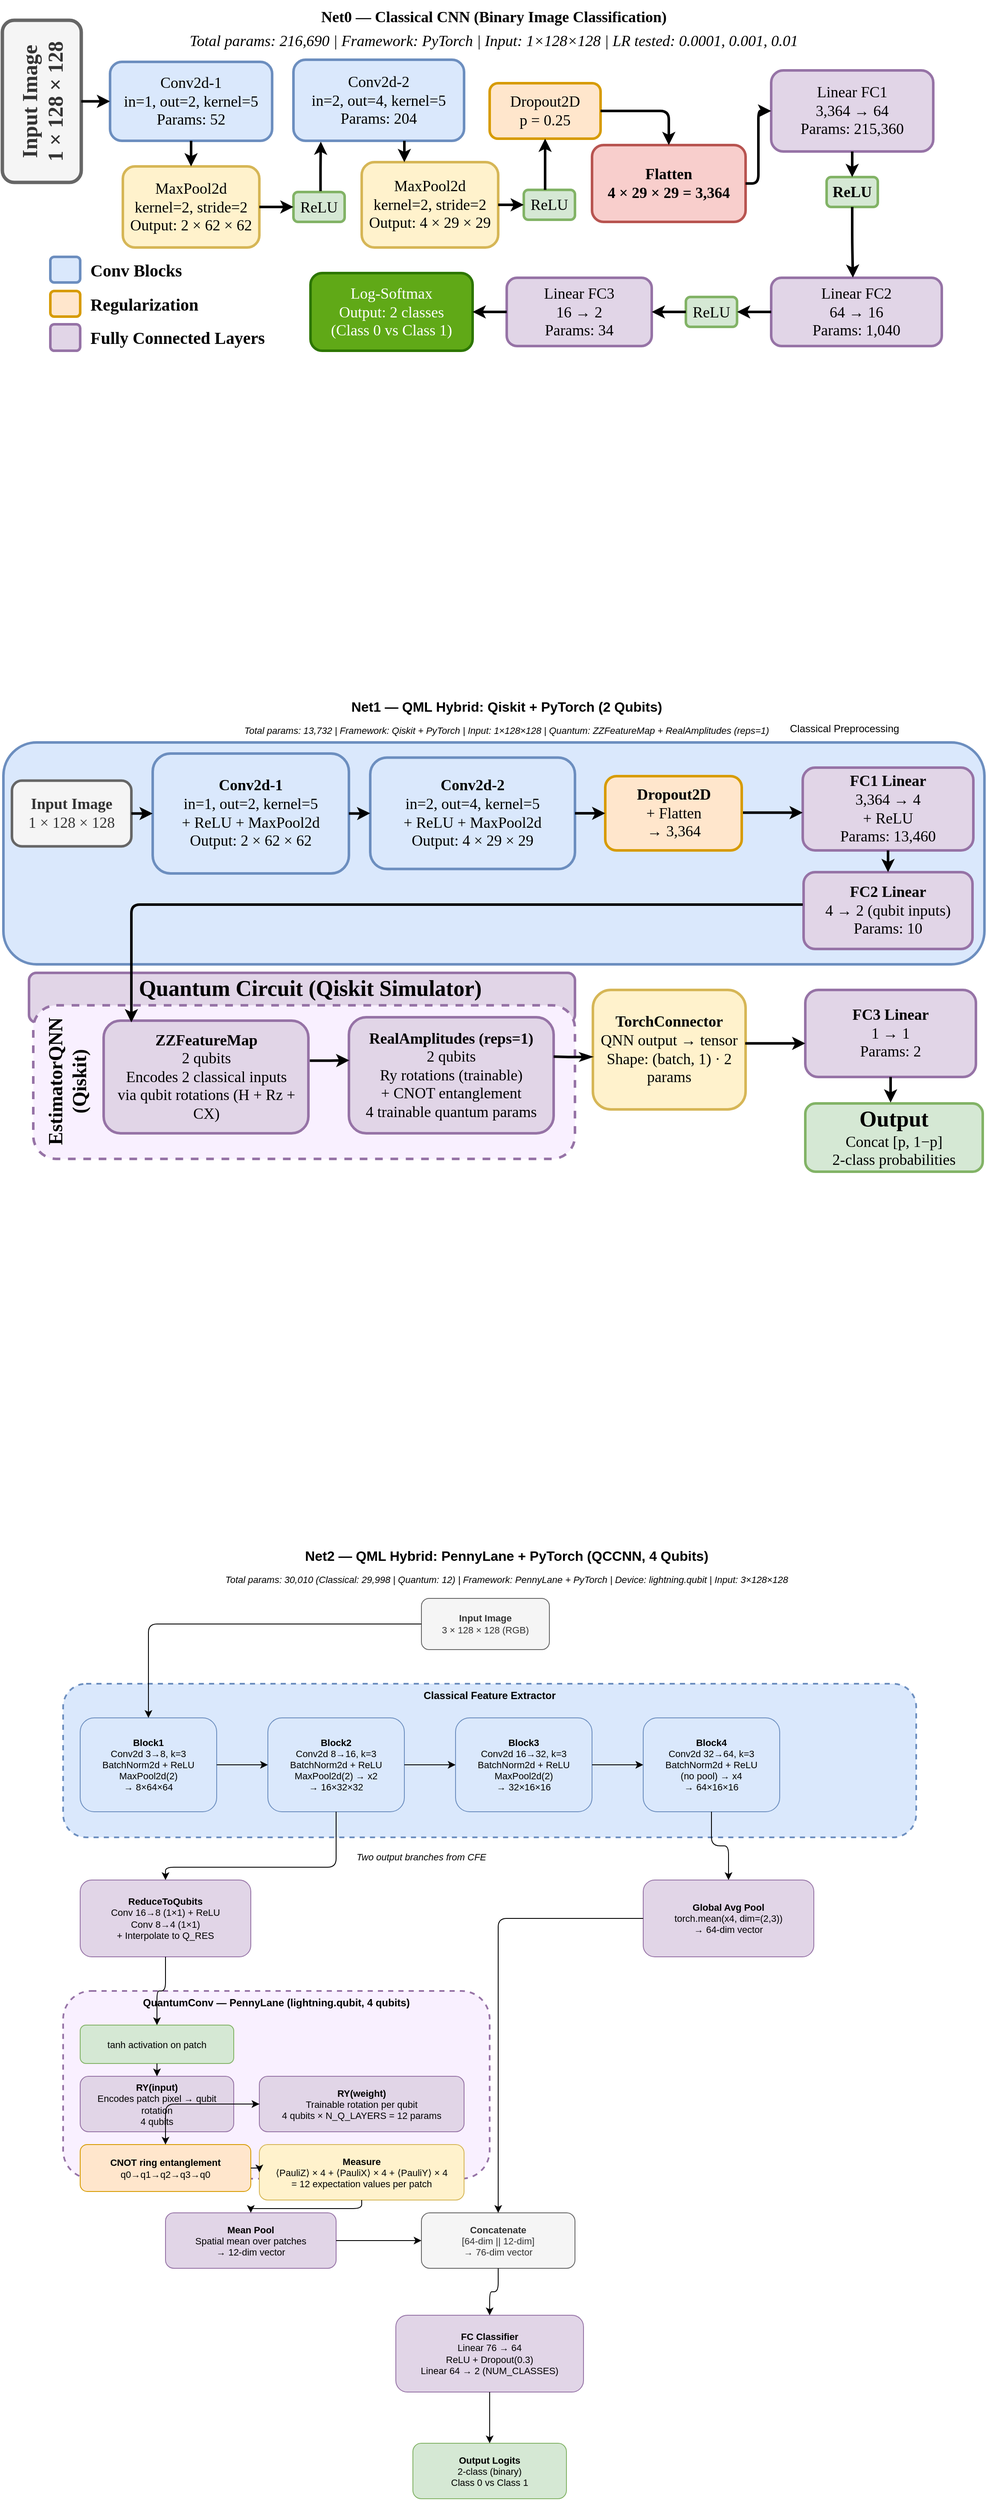
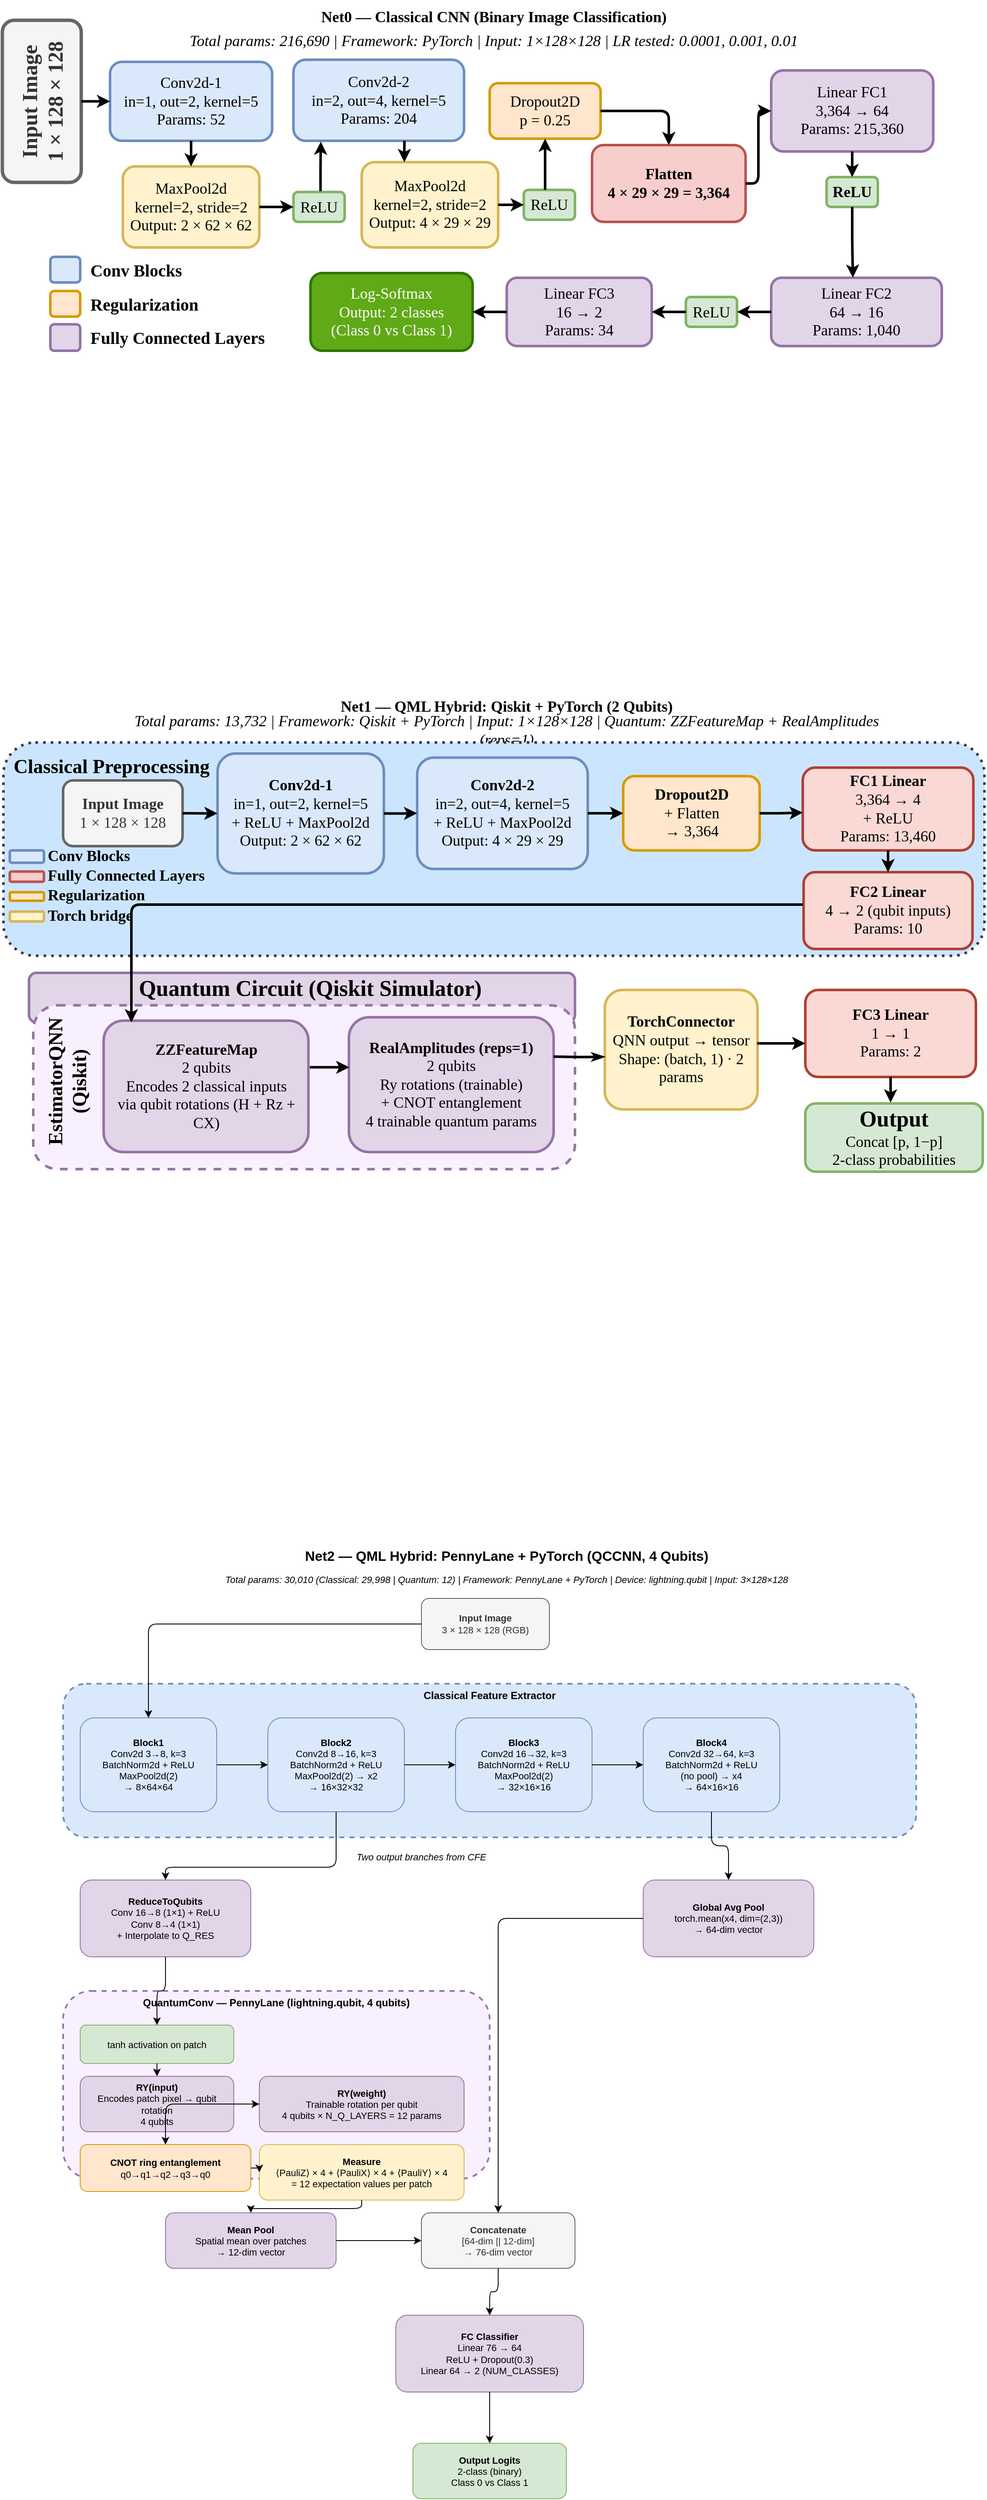
<mxfile host="app.diagrams.net">
  <diagram id="Iu372MJXseVnEshazjI8" name="Page-1">
-     <mxGraphModel dx="1295" dy="708" grid="1" gridSize="10" guides="1" tooltips="1" connect="1" arrows="1" fold="1" page="1" pageScale="1" pageWidth="1169" pageHeight="827" background="none" math="0" shadow="0">
+     <mxGraphModel dx="2105" dy="1150" grid="1" gridSize="10" guides="1" tooltips="1" connect="1" arrows="1" fold="1" page="1" pageScale="1" pageWidth="1169" pageHeight="827" background="none" math="0" shadow="0">
      <root>
        <mxCell id="0" />
        <mxCell id="1" parent="0" />
        <mxCell id="p0_title" parent="1" style="text;strokeColor=none;fillColor=none;align=center;verticalAlign=middle;whiteSpace=wrap;rounded=0;fontSize=18;fontStyle=1;fontFamily=Times New Roman;labelBackgroundColor=none;labelBorderColor=none;textShadow=0;" value="Net0 — Classical CNN (Binary Image Classification)" vertex="1">
          <mxGeometry height="40" width="600" x="285" y="20" as="geometry" />
        </mxCell>
        <mxCell id="p0_params" parent="1" style="text;strokeColor=none;fillColor=none;align=center;verticalAlign=middle;whiteSpace=wrap;rounded=0;fontSize=18;fontStyle=2;fontFamily=Times New Roman;labelBackgroundColor=none;labelBorderColor=none;textShadow=0;" value="Total params: 216,690 | Framework: PyTorch | Input: 1×128×128 | LR tested: 0.0001, 0.001, 0.01" vertex="1">
          <mxGeometry height="25" width="780" x="195" y="55" as="geometry" />
        </mxCell>
        <mxCell id="p0_input" parent="1" style="rounded=1;whiteSpace=wrap;fillColor=#f5f5f5;strokeColor=#666666;fontColor=#333333;fontSize=25;fontFamily=Times New Roman;labelBackgroundColor=none;labelBorderColor=none;textShadow=0;fontStyle=1;strokeWidth=4;rotation=-90;" value="Input Image&#xa;1 × 128 × 128" vertex="1">
          <mxGeometry height="92.5" width="190" x="-40" y="92.5" as="geometry" />
        </mxCell>
        <mxCell id="p0_conv1" parent="1" style="rounded=1;whiteSpace=wrap;fillColor=#dae8fc;strokeColor=#6c8ebf;fontSize=18;fontFamily=Times New Roman;labelBackgroundColor=none;labelBorderColor=none;textShadow=0;strokeWidth=3;" value="Conv2d-1&#xa;in=1, out=2, kernel=5&#xa;Params: 52" vertex="1">
          <mxGeometry height="92.5" width="190" x="135" y="92.5" as="geometry" />
        </mxCell>
        <mxCell id="p0_pool1" parent="1" style="rounded=1;whiteSpace=wrap;fillColor=#fff2cc;strokeColor=#d6b656;fontSize=18;fontFamily=Times New Roman;labelBackgroundColor=none;labelBorderColor=none;textShadow=0;strokeWidth=3;" value="MaxPool2d&#xa;kernel=2, stride=2&#xa;Output: 2 × 62 × 62" vertex="1">
          <mxGeometry height="95" width="160" x="150" y="215" as="geometry" />
        </mxCell>
        <mxCell id="p0_relu1" parent="1" style="rounded=1;whiteSpace=wrap;fillColor=#d5e8d4;strokeColor=#82b366;fontSize=18;fontFamily=Times New Roman;labelBackgroundColor=none;labelBorderColor=none;textShadow=0;strokeWidth=3;" value="ReLU" vertex="1">
          <mxGeometry height="35" width="60" x="350" y="245" as="geometry" />
        </mxCell>
        <mxCell id="p0_conv2" parent="1" style="rounded=1;whiteSpace=wrap;fillColor=#dae8fc;strokeColor=#6c8ebf;fontSize=18;fontFamily=Times New Roman;labelBackgroundColor=none;labelBorderColor=none;textShadow=0;strokeWidth=3;" value="Conv2d-2&#xa;in=2, out=4, kernel=5&#xa;Params: 204" vertex="1">
          <mxGeometry height="95" width="200" x="350" y="90" as="geometry" />
        </mxCell>
        <mxCell id="p0_pool2" parent="1" style="rounded=1;whiteSpace=wrap;fillColor=#fff2cc;strokeColor=#d6b656;fontSize=18;fontFamily=Times New Roman;labelBackgroundColor=none;labelBorderColor=none;textShadow=0;strokeWidth=3;" value="MaxPool2d&#xa;kernel=2, stride=2&#xa;Output: 4 × 29 × 29" vertex="1">
          <mxGeometry height="100" width="160" x="430" y="210" as="geometry" />
        </mxCell>
        <mxCell id="p0_relu2" parent="1" style="rounded=1;whiteSpace=wrap;fillColor=#d5e8d4;strokeColor=#82b366;fontSize=18;fontFamily=Times New Roman;labelBackgroundColor=none;labelBorderColor=none;textShadow=0;strokeWidth=3;" value="ReLU" vertex="1">
          <mxGeometry height="35" width="60" x="620" y="242.5" as="geometry" />
        </mxCell>
        <mxCell id="p0_dropout" parent="1" style="rounded=1;whiteSpace=wrap;fillColor=#ffe6cc;strokeColor=#d79b00;fontSize=18;fontFamily=Times New Roman;labelBackgroundColor=none;labelBorderColor=none;textShadow=0;strokeWidth=3;" value="Dropout2D&#xa;p = 0.25" vertex="1">
          <mxGeometry height="65" width="130" x="580" y="117.5" as="geometry" />
        </mxCell>
        <mxCell id="p0_flatten" parent="1" style="rounded=1;whiteSpace=wrap;fillColor=#f8cecc;strokeColor=#b85450;fontSize=18;fontFamily=Times New Roman;labelBackgroundColor=none;labelBorderColor=none;textShadow=0;fontStyle=1;strokeWidth=3;" value="Flatten&#xa;4 × 29 × 29 = 3,364" vertex="1">
          <mxGeometry height="90" width="180" x="700" y="190" as="geometry" />
        </mxCell>
        <mxCell id="p0_fc1" parent="1" style="rounded=1;whiteSpace=wrap;fillColor=#e1d5e7;strokeColor=#9673a6;fontSize=18;fontFamily=Times New Roman;labelBackgroundColor=none;labelBorderColor=none;textShadow=0;fontStyle=0;strokeWidth=3;" value="Linear FC1&#xa;3,364 → 64&#xa;Params: 215,360" vertex="1">
          <mxGeometry height="95" width="190" x="910" y="102.5" as="geometry" />
        </mxCell>
        <mxCell id="p0_relu_fc1" parent="1" style="rounded=1;whiteSpace=wrap;fillColor=#d5e8d4;strokeColor=#82b366;fontSize=18;fontFamily=Times New Roman;labelBackgroundColor=none;labelBorderColor=none;textShadow=0;fontStyle=1;strokeWidth=3;" value="ReLU" vertex="1">
          <mxGeometry height="35" width="60" x="975" y="227.5" as="geometry" />
        </mxCell>
        <mxCell id="p0_fc2" parent="1" style="rounded=1;whiteSpace=wrap;fillColor=#e1d5e7;strokeColor=#9673a6;fontSize=18;fontFamily=Times New Roman;labelBackgroundColor=none;labelBorderColor=none;textShadow=0;strokeWidth=3;" value="Linear FC2&#xa;64 → 16&#xa;Params: 1,040" vertex="1">
          <mxGeometry height="80" width="200" x="910" y="345.5" as="geometry" />
        </mxCell>
        <mxCell id="p0_relu_fc2" parent="1" style="rounded=1;whiteSpace=wrap;fillColor=#d5e8d4;strokeColor=#82b366;fontSize=18;fontFamily=Times New Roman;labelBackgroundColor=none;labelBorderColor=none;textShadow=0;strokeWidth=3;" value="ReLU" vertex="1">
          <mxGeometry height="35" width="60" x="810" y="368" as="geometry" />
        </mxCell>
        <mxCell id="p0_fc3" parent="1" style="rounded=1;whiteSpace=wrap;fillColor=#e1d5e7;strokeColor=#9673a6;fontSize=18;fontFamily=Times New Roman;labelBackgroundColor=none;labelBorderColor=none;textShadow=0;strokeWidth=3;fontStyle=0" value="Linear FC3&#xa;16 → 2&#xa;Params: 34" vertex="1">
          <mxGeometry height="80" width="170" x="600" y="345.5" as="geometry" />
        </mxCell>
        <mxCell id="p0_output" parent="1" style="rounded=1;whiteSpace=wrap;fontSize=18;fillColor=#60a917;fontColor=#ffffff;strokeColor=#2D7600;fontFamily=Times New Roman;labelBackgroundColor=none;labelBorderColor=none;textShadow=0;strokeWidth=3;" value="Log-Softmax&#xa;Output: 2 classes&#xa;(Class 0 vs Class 1)" vertex="1">
          <mxGeometry height="91" width="190" x="370" y="340" as="geometry" />
        </mxCell>
        <mxCell id="e0_1" edge="1" parent="1" source="p0_input" style="edgeStyle=orthogonalEdgeStyle;fontFamily=Times New Roman;fontSize=18;labelBackgroundColor=none;labelBorderColor=none;textShadow=0;strokeWidth=3;" target="p0_conv1" value="">
          <mxGeometry relative="1" as="geometry" />
        </mxCell>
        <mxCell id="e0_2" edge="1" parent="1" source="p0_conv1" style="edgeStyle=orthogonalEdgeStyle;fontFamily=Times New Roman;fontSize=18;labelBackgroundColor=none;labelBorderColor=none;textShadow=0;strokeWidth=3;" target="p0_pool1" value="">
          <mxGeometry relative="1" as="geometry" />
        </mxCell>
        <mxCell id="e0_3" edge="1" parent="1" source="p0_pool1" style="edgeStyle=orthogonalEdgeStyle;fontFamily=Times New Roman;fontSize=18;labelBackgroundColor=none;labelBorderColor=none;textShadow=0;strokeWidth=3;" target="p0_relu1" value="">
          <mxGeometry relative="1" as="geometry" />
        </mxCell>
        <mxCell id="e0_4" edge="1" parent="1" source="p0_relu1" style="edgeStyle=orthogonalEdgeStyle;entryX=0.138;entryY=0.971;entryDx=0;entryDy=0;entryPerimeter=0;fontFamily=Times New Roman;fontSize=18;labelBackgroundColor=none;labelBorderColor=none;textShadow=0;strokeWidth=3;exitX=0.529;exitY=-0.029;exitDx=0;exitDy=0;exitPerimeter=0;" value="">
          <mxGeometry relative="1" as="geometry">
            <mxPoint x="382" y="233" as="sourcePoint" />
            <mxPoint x="382.0799999999999" y="185.97000000000003" as="targetPoint" />
          </mxGeometry>
        </mxCell>
        <mxCell id="e0_5" edge="1" parent="1" source="p0_conv2" style="edgeStyle=orthogonalEdgeStyle;fontFamily=Times New Roman;fontSize=18;labelBackgroundColor=none;labelBorderColor=none;textShadow=0;strokeWidth=3;" target="p0_pool2" value="">
          <mxGeometry relative="1" as="geometry">
            <Array as="points">
              <mxPoint x="480" y="200" />
              <mxPoint x="480" y="200" />
            </Array>
          </mxGeometry>
        </mxCell>
        <mxCell id="e0_6" edge="1" parent="1" source="p0_pool2" style="edgeStyle=orthogonalEdgeStyle;fontFamily=Times New Roman;fontSize=18;labelBackgroundColor=none;labelBorderColor=none;textShadow=0;strokeWidth=3;" target="p0_relu2" value="">
          <mxGeometry relative="1" as="geometry" />
        </mxCell>
        <mxCell id="e0_7" edge="1" parent="1" source="p0_relu2" style="edgeStyle=orthogonalEdgeStyle;fontFamily=Times New Roman;fontSize=18;labelBackgroundColor=none;labelBorderColor=none;textShadow=0;strokeWidth=3;" target="p0_dropout" value="">
          <mxGeometry relative="1" as="geometry">
            <Array as="points">
              <mxPoint x="645" y="210" />
              <mxPoint x="645" y="210" />
            </Array>
          </mxGeometry>
        </mxCell>
        <mxCell id="e0_8" edge="1" parent="1" source="p0_dropout" style="edgeStyle=orthogonalEdgeStyle;fontFamily=Times New Roman;fontSize=18;labelBackgroundColor=none;labelBorderColor=none;textShadow=0;exitX=1;exitY=0.5;exitDx=0;exitDy=0;strokeWidth=3;" target="p0_flatten" value="">
          <mxGeometry relative="1" as="geometry" />
        </mxCell>
        <mxCell id="e0_9" edge="1" parent="1" source="p0_flatten" style="edgeStyle=orthogonalEdgeStyle;entryX=0;entryY=0.5;entryDx=0;entryDy=0;fontFamily=Times New Roman;fontSize=18;labelBackgroundColor=none;labelBorderColor=none;textShadow=0;strokeWidth=3;" target="p0_fc1" value="">
          <mxGeometry relative="1" as="geometry" />
        </mxCell>
        <mxCell id="e0_10" edge="1" parent="1" source="p0_fc1" style="edgeStyle=orthogonalEdgeStyle;fontFamily=Times New Roman;fontSize=18;labelBackgroundColor=none;labelBorderColor=none;textShadow=0;strokeWidth=3;" target="p0_relu_fc1" value="">
          <mxGeometry relative="1" as="geometry" />
        </mxCell>
        <mxCell id="e0_11" edge="1" parent="1" source="p0_relu_fc1" style="edgeStyle=orthogonalEdgeStyle;fontFamily=Times New Roman;fontSize=18;labelBackgroundColor=none;labelBorderColor=none;textShadow=0;entryX=0.479;entryY=-0.001;entryDx=0;entryDy=0;entryPerimeter=0;strokeWidth=3;" target="p0_fc2" value="">
          <mxGeometry relative="1" as="geometry" />
        </mxCell>
        <mxCell id="e0_12" edge="1" parent="1" source="p0_fc2" style="edgeStyle=orthogonalEdgeStyle;fontFamily=Times New Roman;fontSize=18;labelBackgroundColor=none;labelBorderColor=none;textShadow=0;strokeWidth=3;" target="p0_relu_fc2" value="">
          <mxGeometry relative="1" as="geometry" />
        </mxCell>
        <mxCell id="e0_13" edge="1" parent="1" source="p0_relu_fc2" style="edgeStyle=orthogonalEdgeStyle;fontFamily=Times New Roman;fontSize=18;labelBackgroundColor=none;labelBorderColor=none;textShadow=0;strokeWidth=3;" target="p0_fc3" value="">
          <mxGeometry relative="1" as="geometry" />
        </mxCell>
        <mxCell id="e0_14" edge="1" parent="1" source="p0_fc3" style="edgeStyle=orthogonalEdgeStyle;fontFamily=Times New Roman;fontSize=18;labelBackgroundColor=none;labelBorderColor=none;textShadow=0;strokeWidth=3;" target="p0_output" value="">
          <mxGeometry relative="1" as="geometry" />
        </mxCell>
-         <mxCell id="p1_title" parent="1" style="text;html=1;strokeColor=none;fillColor=none;align=center;verticalAlign=middle;whiteSpace=wrap;rounded=0;fontSize=16;fontStyle=1;" value="Net1 — QML Hybrid: Qiskit + PyTorch (2 Qubits)" vertex="1">
+         <mxCell id="p1_title" parent="1" style="text;html=1;strokeColor=none;fillColor=none;align=center;verticalAlign=middle;whiteSpace=wrap;rounded=0;fontSize=18;fontStyle=1;fontFamily=Times New Roman;" value="Net1 — QML Hybrid: Qiskit + PyTorch (2 Qubits)" vertex="1">
          <mxGeometry height="40" width="600" x="300" y="828" as="geometry" />
        </mxCell>
-         <mxCell id="p1_params" parent="1" style="text;html=1;strokeColor=none;fillColor=none;align=center;verticalAlign=middle;whiteSpace=wrap;rounded=0;fontSize=11;fontStyle=2;" value="Total params: 13,732 | Framework: Qiskit + PyTorch | Input: 1×128×128 | Quantum: ZZFeatureMap + RealAmplitudes (reps=1)" vertex="1">
+         <mxCell id="p1_params" parent="1" style="text;html=1;strokeColor=none;fillColor=none;align=center;verticalAlign=middle;whiteSpace=wrap;rounded=0;fontSize=18;fontStyle=2;fontFamily=Times New Roman;" value="Total params: 13,732 | Framework: Qiskit + PyTorch | Input: 1×128×128 | Quantum: ZZFeatureMap + RealAmplitudes (reps=1)" vertex="1">
          <mxGeometry height="25" width="900" x="150" y="863" as="geometry" />
        </mxCell>
-         <mxCell id="p1_sec_classical" parent="1" style="text;html=1;strokeColor=#6c8ebf;fillColor=#dae8fc;align=center;verticalAlign=middle;whiteSpace=wrap;rounded=1;fontSize=18;fontStyle=1;fontFamily=Times New Roman;strokeWidth=3;" value="&lt;div&gt;&lt;br&gt;&lt;/div&gt;&lt;div&gt;&lt;br&gt;&lt;/div&gt;&lt;div&gt;&lt;br&gt;&lt;/div&gt;&lt;div&gt;&lt;br&gt;&lt;/div&gt;&lt;div&gt;&lt;br&gt;&lt;/div&gt;&lt;div&gt;&lt;br&gt;&lt;/div&gt;&lt;div&gt;&lt;br&gt;&lt;/div&gt;&lt;div&gt;&lt;br&gt;&lt;/div&gt;&lt;div&gt;&lt;br&gt;&lt;/div&gt;&lt;div&gt;&lt;br&gt;&lt;/div&gt;&lt;div&gt;&lt;br&gt;&lt;/div&gt;" vertex="1">
-           <mxGeometry height="260" width="1150" x="10" y="890" as="geometry" />
+         <mxCell id="p1_sec_classical" parent="1" style="text;html=1;strokeColor=#36393d;fillColor=#cce5ff;align=center;verticalAlign=middle;whiteSpace=wrap;rounded=1;fontSize=18;fontStyle=1;fontFamily=Times New Roman;strokeWidth=3;dashed=1;dashPattern=1 2;" value="&lt;div&gt;&lt;br&gt;&lt;/div&gt;&lt;div&gt;&lt;br&gt;&lt;/div&gt;&lt;div&gt;&lt;br&gt;&lt;/div&gt;&lt;div&gt;&lt;br&gt;&lt;/div&gt;&lt;div&gt;&lt;br&gt;&lt;/div&gt;&lt;div&gt;&lt;br&gt;&lt;/div&gt;&lt;div&gt;&lt;br&gt;&lt;/div&gt;&lt;div&gt;&lt;br&gt;&lt;/div&gt;&lt;div&gt;&lt;br&gt;&lt;/div&gt;&lt;div&gt;&lt;br&gt;&lt;/div&gt;&lt;div&gt;&lt;br&gt;&lt;/div&gt;" vertex="1">
+           <mxGeometry height="250" width="1150" x="10" y="890" as="geometry" />
        </mxCell>
        <mxCell id="p1_input" parent="1" style="rounded=1;whiteSpace=wrap;html=1;fillColor=#f5f5f5;strokeColor=#666666;fontColor=#333333;fontSize=18;fontFamily=Times New Roman;strokeWidth=3;" value="&lt;b&gt;Input Image&lt;/b&gt;&lt;br&gt;1 × 128 × 128" vertex="1">
-           <mxGeometry height="77" width="140" x="20" y="934.75" as="geometry" />
+           <mxGeometry height="77" width="140" x="80" y="934.5" as="geometry" />
        </mxCell>
        <mxCell id="p1_conv1" parent="1" style="rounded=1;whiteSpace=wrap;html=1;fillColor=#dae8fc;strokeColor=#6c8ebf;fontSize=18;fontFamily=Times New Roman;strokeWidth=3;" value="&lt;b&gt;Conv2d-1&lt;/b&gt;&lt;br&gt;in=1, out=2, kernel=5&lt;br&gt;+ ReLU + MaxPool2d&lt;br&gt;Output: 2 × 62 × 62" vertex="1">
-           <mxGeometry height="140.5" width="230" x="185" y="903" as="geometry" />
+           <mxGeometry height="140.5" width="195" x="261" y="903" as="geometry" />
        </mxCell>
        <mxCell id="p1_conv2" parent="1" style="rounded=1;whiteSpace=wrap;html=1;fillColor=#dae8fc;strokeColor=#6c8ebf;fontSize=18;fontFamily=Times New Roman;strokeWidth=3;" value="&lt;b&gt;Conv2d-2&lt;/b&gt;&lt;br&gt;in=2, out=4, kernel=5&lt;br&gt;+ ReLU + MaxPool2d&lt;br&gt;Output: 4 × 29 × 29" vertex="1">
-           <mxGeometry height="130.5" width="240" x="440" y="907.75" as="geometry" />
+           <mxGeometry height="130.5" width="200" x="495" y="907.75" as="geometry" />
        </mxCell>
        <mxCell id="p1_dropout" parent="1" style="rounded=1;whiteSpace=wrap;html=1;fillColor=#ffe6cc;strokeColor=#d79b00;fontSize=18;fontFamily=Times New Roman;strokeWidth=3;" value="&lt;b&gt;Dropout2D&lt;/b&gt;&lt;br&gt;+ Flatten&lt;br&gt;→ 3,364" vertex="1">
-           <mxGeometry height="87" width="160" x="715.5" y="929.5" as="geometry" />
-         </mxCell>
-         <mxCell id="p1_fc1" parent="1" style="rounded=1;whiteSpace=wrap;html=1;fillColor=#e1d5e7;strokeColor=#9673a6;fontSize=18;fontFamily=Times New Roman;strokeWidth=3;" value="&lt;b&gt;FC1 Linear&lt;/b&gt;&lt;br&gt;3,364 → 4&lt;br&gt;+ ReLU&lt;br&gt;Params: 13,460" vertex="1">
+           <mxGeometry height="87" width="160" x="736.5" y="929.5" as="geometry" />
+         </mxCell>
+         <mxCell id="p1_fc1" parent="1" style="rounded=1;whiteSpace=wrap;html=1;fillColor=#fad9d5;strokeColor=#ae4132;fontSize=18;fontFamily=Times New Roman;strokeWidth=3;" value="&lt;b&gt;FC1 Linear&lt;/b&gt;&lt;br&gt;3,364 → 4&lt;br&gt;+ ReLU&lt;br&gt;Params: 13,460" vertex="1">
          <mxGeometry height="97" width="200" x="947" y="919.5" as="geometry" />
        </mxCell>
-         <mxCell id="p1_fc2" parent="1" style="rounded=1;whiteSpace=wrap;html=1;fillColor=#e1d5e7;strokeColor=#9673a6;fontSize=18;fontFamily=Times New Roman;strokeWidth=3;" value="&lt;b&gt;FC2 Linear&lt;/b&gt;&lt;br&gt;4 → 2 (qubit inputs)&lt;br&gt;Params: 10" vertex="1">
+         <mxCell id="p1_fc2" parent="1" style="rounded=1;whiteSpace=wrap;html=1;fillColor=#fad9d5;strokeColor=#ae4132;fontSize=18;fontFamily=Times New Roman;strokeWidth=3;" value="&lt;b&gt;FC2 Linear&lt;/b&gt;&lt;br&gt;4 → 2 (qubit inputs)&lt;br&gt;Params: 10" vertex="1">
          <mxGeometry height="90" width="198" x="948" y="1042" as="geometry" />
        </mxCell>
        <mxCell id="p1_sec_quantum" parent="1" style="text;html=1;strokeColor=#9673a6;fillColor=#e1d5e7;align=center;verticalAlign=middle;whiteSpace=wrap;rounded=1;fontSize=18;fontStyle=1;fontFamily=Times New Roman;strokeWidth=3;" value="&lt;font style=&quot;font-size: 26px;&quot;&gt;&amp;nbsp; &amp;nbsp;Quantum Circuit (Qiskit Simulator)&lt;/font&gt;&lt;div&gt;&lt;br&gt;&lt;/div&gt;" vertex="1">
          <mxGeometry height="58" width="640" x="40" y="1160" as="geometry" />
        </mxCell>
        <mxCell id="p1_q_container" parent="1" style="rounded=1;whiteSpace=wrap;html=1;fillColor=#f9f0ff;strokeColor=#9673a6;strokeWidth=3;dashed=1;fontSize=18;fontFamily=Times New Roman;" value="" vertex="1">
-           <mxGeometry height="180" width="635" x="45" y="1198" as="geometry" />
+           <mxGeometry height="192" width="635" x="45" y="1198" as="geometry" />
        </mxCell>
        <mxCell id="p1_zzfm" parent="1" style="rounded=1;whiteSpace=wrap;html=1;fillColor=#e1d5e7;strokeColor=#9673a6;fontSize=18;fontFamily=Times New Roman;strokeWidth=3;" value="&lt;b&gt;ZZFeatureMap&lt;/b&gt;&lt;br&gt;2 qubits&lt;br&gt;Encodes 2 classical inputs&lt;br&gt;via qubit rotations (H + Rz + CX)" vertex="1">
-           <mxGeometry height="132" width="240" x="127.5" y="1216" as="geometry" />
+           <mxGeometry height="154" width="240" x="127.5" y="1216" as="geometry" />
        </mxCell>
        <mxCell id="p1_ra" parent="1" style="rounded=1;whiteSpace=wrap;html=1;fillColor=#e1d5e7;strokeColor=#9673a6;fontSize=18;fontFamily=Times New Roman;strokeWidth=3;" value="&lt;b&gt;RealAmplitudes (reps=1)&lt;/b&gt;&lt;br&gt;2 qubits&lt;br&gt;Ry rotations (trainable)&lt;br&gt;+ CNOT entanglement&lt;br&gt;4 trainable quantum params" vertex="1">
-           <mxGeometry height="136" width="240" x="415" y="1212" as="geometry" />
+           <mxGeometry height="158" width="240" x="415" y="1212" as="geometry" />
        </mxCell>
        <mxCell id="p1_estimator" parent="1" style="text;html=1;strokeColor=none;fillColor=none;align=center;verticalAlign=middle;whiteSpace=wrap;rounded=0;fontSize=23;fontStyle=1;fontFamily=Times New Roman;strokeWidth=3;rotation=-90;" value="EstimatorQNN (Qiskit)" vertex="1">
          <mxGeometry height="20" width="150" x="10" y="1277" as="geometry" />
        </mxCell>
        <mxCell id="p1_tc" parent="1" style="rounded=1;whiteSpace=wrap;html=1;fillColor=#fff2cc;strokeColor=#d6b656;fontSize=18;fontFamily=Times New Roman;strokeWidth=3;" value="&lt;b&gt;TorchConnector&lt;/b&gt;&lt;br&gt;QNN output → tensor&lt;br&gt;Shape: (batch, 1) · 2 params" vertex="1">
-           <mxGeometry height="140" width="179" x="701" y="1180" as="geometry" />
-         </mxCell>
-         <mxCell id="p1_fc3" parent="1" style="rounded=1;whiteSpace=wrap;html=1;fillColor=#e1d5e7;strokeColor=#9673a6;fontSize=18;fontFamily=Times New Roman;strokeWidth=3;" value="&lt;b&gt;FC3 Linear&lt;/b&gt;&lt;br&gt;1 → 1&lt;br&gt;Params: 2" vertex="1">
+           <mxGeometry height="140" width="179" x="715" y="1180" as="geometry" />
+         </mxCell>
+         <mxCell id="p1_fc3" parent="1" style="rounded=1;whiteSpace=wrap;html=1;fillColor=#fad9d5;strokeColor=#ae4132;fontSize=18;fontFamily=Times New Roman;strokeWidth=3;" value="&lt;b&gt;FC3 Linear&lt;/b&gt;&lt;br&gt;1 → 1&lt;br&gt;Params: 2" vertex="1">
          <mxGeometry height="102" width="200" x="950" y="1180" as="geometry" />
        </mxCell>
        <mxCell id="p1_output" parent="1" style="rounded=1;whiteSpace=wrap;html=1;fillColor=#d5e8d4;strokeColor=#82b366;fontSize=11;strokeWidth=3;" value="&lt;font face=&quot;Times New Roman&quot; style=&quot;&quot;&gt;&lt;b style=&quot;&quot;&gt;&lt;font style=&quot;font-size: 26px;&quot;&gt;Output&lt;br&gt;&lt;/font&gt;&lt;/b&gt;&lt;span style=&quot;font-size: 18px;&quot;&gt;Concat [p, 1−p]&lt;/span&gt;&lt;br&gt;&lt;span style=&quot;font-size: 18px;&quot;&gt;2-class probabilities&lt;/span&gt;&lt;/font&gt;" vertex="1">
          <mxGeometry height="80" width="208" x="950" y="1313" as="geometry" />
        </mxCell>
        <mxCell id="e1_1" edge="1" parent="1" source="p1_input" style="edgeStyle=orthogonalEdgeStyle;fontFamily=Times New Roman;fontSize=18;strokeWidth=3;" target="p1_conv1">
          <mxGeometry relative="1" as="geometry" />
        </mxCell>
        <mxCell id="e1_2" edge="1" parent="1" source="p1_conv1" style="edgeStyle=orthogonalEdgeStyle;fontFamily=Times New Roman;fontSize=18;strokeWidth=3;" target="p1_conv2">
          <mxGeometry relative="1" as="geometry" />
        </mxCell>
        <mxCell id="e1_3" edge="1" parent="1" source="p1_conv2" style="edgeStyle=orthogonalEdgeStyle;fontFamily=Times New Roman;fontSize=18;strokeWidth=3;" target="p1_dropout">
          <mxGeometry relative="1" as="geometry" />
        </mxCell>
        <mxCell id="e1_5" edge="1" parent="1" source="p1_fc1" style="edgeStyle=orthogonalEdgeStyle;fontFamily=Times New Roman;fontSize=18;strokeWidth=3;" target="p1_fc2">
          <mxGeometry relative="1" as="geometry" />
        </mxCell>
        <mxCell id="e1_6" edge="1" parent="1" style="edgeStyle=orthogonalEdgeStyle;fontFamily=Times New Roman;fontSize=18;strokeWidth=3;entryX=0.5;entryY=0;entryDx=0;entryDy=0;">
          <mxGeometry relative="1" as="geometry">
            <Array as="points">
              <mxPoint x="160" y="1080" />
            </Array>
            <mxPoint x="947" y="1080" as="sourcePoint" />
            <mxPoint x="160" y="1218" as="targetPoint" />
          </mxGeometry>
        </mxCell>
        <mxCell id="e1_7" edge="1" parent="1" source="p1_zzfm" style="edgeStyle=orthogonalEdgeStyle;fontFamily=Times New Roman;fontSize=18;strokeWidth=3;exitX=1.007;exitY=0.355;exitDx=0;exitDy=0;exitPerimeter=0;entryX=0.002;entryY=0.371;entryDx=0;entryDy=0;entryPerimeter=0;" target="p1_ra">
          <mxGeometry relative="1" as="geometry" />
        </mxCell>
        <mxCell id="e1_10" edge="1" parent="1" style="edgeStyle=orthogonalEdgeStyle;fontFamily=Times New Roman;fontSize=18;strokeWidth=3;">
          <mxGeometry relative="1" as="geometry">
            <mxPoint x="1050" y="1282" as="sourcePoint" />
            <mxPoint x="1050" y="1312" as="targetPoint" />
          </mxGeometry>
        </mxCell>
        <mxCell id="p2_title" parent="1" style="text;html=1;strokeColor=none;fillColor=none;align=center;verticalAlign=middle;whiteSpace=wrap;rounded=0;fontSize=16;fontStyle=1;" value="Net2 — QML Hybrid: PennyLane + PyTorch (QCCNN, 4 Qubits)" vertex="1">
          <mxGeometry height="40" width="700" x="250" y="1823" as="geometry" />
        </mxCell>
        <mxCell id="p2_params" parent="1" style="text;html=1;strokeColor=none;fillColor=none;align=center;verticalAlign=middle;whiteSpace=wrap;rounded=0;fontSize=11;fontStyle=2;" value="Total params: 30,010 (Classical: 29,998 | Quantum: 12) | Framework: PennyLane + PyTorch | Device: lightning.qubit | Input: 3×128×128" vertex="1">
          <mxGeometry height="25" width="1000" x="100" y="1858" as="geometry" />
        </mxCell>
        <mxCell id="p2_input" parent="1" style="rounded=1;whiteSpace=wrap;html=1;fillColor=#f5f5f5;strokeColor=#666666;fontColor=#333333;fontSize=11;" value="&lt;b&gt;Input Image&lt;/b&gt;&lt;br&gt;3 × 128 × 128 (RGB)" vertex="1">
          <mxGeometry height="60" width="150" x="500" y="1893" as="geometry" />
        </mxCell>
        <mxCell id="p2_cfe_container" parent="1" style="rounded=1;whiteSpace=wrap;html=1;fillColor=#dae8fc;strokeColor=#6c8ebf;strokeWidth=2;dashed=1;fontSize=12;fontStyle=1;verticalAlign=top;" value="Classical Feature Extractor" vertex="1">
          <mxGeometry height="180" width="1000" x="80" y="1993" as="geometry" />
        </mxCell>
        <mxCell id="p2_block1" parent="1" style="rounded=1;whiteSpace=wrap;html=1;fillColor=#dae8fc;strokeColor=#6c8ebf;fontSize=11;" value="&lt;b&gt;Block1&lt;/b&gt;&lt;br&gt;Conv2d 3→8, k=3&lt;br&gt;BatchNorm2d + ReLU&lt;br&gt;MaxPool2d(2)&lt;br&gt;→ 8×64×64" vertex="1">
          <mxGeometry height="110" width="160" x="100" y="2033" as="geometry" />
        </mxCell>
        <mxCell id="p2_block2" parent="1" style="rounded=1;whiteSpace=wrap;html=1;fillColor=#dae8fc;strokeColor=#6c8ebf;fontSize=11;" value="&lt;b&gt;Block2&lt;/b&gt;&lt;br&gt;Conv2d 8→16, k=3&lt;br&gt;BatchNorm2d + ReLU&lt;br&gt;MaxPool2d(2) → x2&lt;br&gt;→ 16×32×32" vertex="1">
          <mxGeometry height="110" width="160" x="320" y="2033" as="geometry" />
        </mxCell>
        <mxCell id="p2_block3" parent="1" style="rounded=1;whiteSpace=wrap;html=1;fillColor=#dae8fc;strokeColor=#6c8ebf;fontSize=11;" value="&lt;b&gt;Block3&lt;/b&gt;&lt;br&gt;Conv2d 16→32, k=3&lt;br&gt;BatchNorm2d + ReLU&lt;br&gt;MaxPool2d(2)&lt;br&gt;→ 32×16×16" vertex="1">
          <mxGeometry height="110" width="160" x="540" y="2033" as="geometry" />
        </mxCell>
        <mxCell id="p2_block4" parent="1" style="rounded=1;whiteSpace=wrap;html=1;fillColor=#dae8fc;strokeColor=#6c8ebf;fontSize=11;" value="&lt;b&gt;Block4&lt;/b&gt;&lt;br&gt;Conv2d 32→64, k=3&lt;br&gt;BatchNorm2d + ReLU&lt;br&gt;(no pool) → x4&lt;br&gt;→ 64×16×16" vertex="1">
          <mxGeometry height="110" width="160" x="760" y="2033" as="geometry" />
        </mxCell>
        <mxCell id="e2_b12" edge="1" parent="1" source="p2_block1" style="edgeStyle=orthogonalEdgeStyle;" target="p2_block2">
          <mxGeometry relative="1" as="geometry" />
        </mxCell>
        <mxCell id="e2_b23" edge="1" parent="1" source="p2_block2" style="edgeStyle=orthogonalEdgeStyle;" target="p2_block3">
          <mxGeometry relative="1" as="geometry" />
        </mxCell>
        <mxCell id="e2_b34" edge="1" parent="1" source="p2_block3" style="edgeStyle=orthogonalEdgeStyle;" target="p2_block4">
          <mxGeometry relative="1" as="geometry" />
        </mxCell>
        <mxCell id="p2_branch_label" parent="1" style="text;html=1;strokeColor=none;fillColor=none;align=center;verticalAlign=middle;whiteSpace=wrap;rounded=0;fontSize=11;fontStyle=2;" value="Two output branches from CFE" vertex="1">
          <mxGeometry height="25" width="300" x="350" y="2183" as="geometry" />
        </mxCell>
        <mxCell id="p2_reduce" parent="1" style="rounded=1;whiteSpace=wrap;html=1;fillColor=#e1d5e7;strokeColor=#9673a6;fontSize=11;" value="&lt;b&gt;ReduceToQubits&lt;/b&gt;&lt;br&gt;Conv 16→8 (1×1) + ReLU&lt;br&gt;Conv 8→4 (1×1)&lt;br&gt;+ Interpolate to Q_RES" vertex="1">
          <mxGeometry height="90" width="200" x="100" y="2223" as="geometry" />
        </mxCell>
        <mxCell id="p2_gap" parent="1" style="rounded=1;whiteSpace=wrap;html=1;fillColor=#e1d5e7;strokeColor=#9673a6;fontSize=11;" value="&lt;b&gt;Global Avg Pool&lt;/b&gt;&lt;br&gt;torch.mean(x4, dim=(2,3))&lt;br&gt;→ 64-dim vector" vertex="1">
          <mxGeometry height="90" width="200" x="760" y="2223" as="geometry" />
        </mxCell>
        <mxCell id="p2_qc_container" parent="1" style="rounded=1;whiteSpace=wrap;html=1;fillColor=#f9f0ff;strokeColor=#9673a6;strokeWidth=2;dashed=1;fontSize=12;fontStyle=1;verticalAlign=top;" value="QuantumConv — PennyLane (lightning.qubit, 4 qubits)" vertex="1">
          <mxGeometry height="220" width="500" x="80" y="2353" as="geometry" />
        </mxCell>
        <mxCell id="p2_tanh" parent="1" style="rounded=1;whiteSpace=wrap;html=1;fillColor=#d5e8d4;strokeColor=#82b366;fontSize=11;" value="tanh activation on patch" vertex="1">
          <mxGeometry height="45" width="180" x="100" y="2393" as="geometry" />
        </mxCell>
        <mxCell id="p2_ry_in" parent="1" style="rounded=1;whiteSpace=wrap;html=1;fillColor=#e1d5e7;strokeColor=#9673a6;fontSize=11;" value="&lt;b&gt;RY(input)&lt;/b&gt;&lt;br&gt;Encodes patch pixel → qubit rotation&lt;br&gt;4 qubits" vertex="1">
          <mxGeometry height="65" width="180" x="100" y="2453" as="geometry" />
        </mxCell>
        <mxCell id="p2_ry_w" parent="1" style="rounded=1;whiteSpace=wrap;html=1;fillColor=#e1d5e7;strokeColor=#9673a6;fontSize=11;" value="&lt;b&gt;RY(weight)&lt;/b&gt;&lt;br&gt;Trainable rotation per qubit&lt;br&gt;4 qubits × N_Q_LAYERS = 12 params" vertex="1">
          <mxGeometry height="65" width="240" x="310" y="2453" as="geometry" />
        </mxCell>
        <mxCell id="p2_cnot" parent="1" style="rounded=1;whiteSpace=wrap;html=1;fillColor=#ffe6cc;strokeColor=#d79b00;fontSize=11;" value="&lt;b&gt;CNOT ring entanglement&lt;/b&gt;&lt;br&gt;q0→q1→q2→q3→q0" vertex="1">
          <mxGeometry height="55" width="200" x="100" y="2533" as="geometry" />
        </mxCell>
        <mxCell id="p2_measure" parent="1" style="rounded=1;whiteSpace=wrap;html=1;fillColor=#fff2cc;strokeColor=#d6b656;fontSize=11;" value="&lt;b&gt;Measure&lt;/b&gt;&lt;br&gt;⟨PauliZ⟩ × 4 + ⟨PauliX⟩ × 4 + ⟨PauliY⟩ × 4&lt;br&gt;= 12 expectation values per patch" vertex="1">
          <mxGeometry height="65" width="240" x="310" y="2533" as="geometry" />
        </mxCell>
        <mxCell id="p2_qmeanpool" parent="1" style="rounded=1;whiteSpace=wrap;html=1;fillColor=#e1d5e7;strokeColor=#9673a6;fontSize=11;" value="&lt;b&gt;Mean Pool&lt;/b&gt;&lt;br&gt;Spatial mean over patches&lt;br&gt;→ 12-dim vector" vertex="1">
          <mxGeometry height="65" width="200" x="200" y="2613" as="geometry" />
        </mxCell>
        <mxCell id="p2_concat" parent="1" style="rounded=1;whiteSpace=wrap;html=1;fillColor=#f5f5f5;strokeColor=#666666;fontColor=#333333;fontSize=11;" value="&lt;b&gt;Concatenate&lt;/b&gt;&lt;br&gt;[64-dim || 12-dim]&lt;br&gt;→ 76-dim vector" vertex="1">
          <mxGeometry height="65" width="180" x="500" y="2613" as="geometry" />
        </mxCell>
        <mxCell id="p2_fc_cls" parent="1" style="rounded=1;whiteSpace=wrap;html=1;fillColor=#e1d5e7;strokeColor=#9673a6;fontSize=11;" value="&lt;b&gt;FC Classifier&lt;/b&gt;&lt;br&gt;Linear 76 → 64&lt;br&gt;ReLU + Dropout(0.3)&lt;br&gt;Linear 64 → 2 (NUM_CLASSES)" vertex="1">
          <mxGeometry height="90" width="220" x="470" y="2733" as="geometry" />
        </mxCell>
        <mxCell id="p2_output" parent="1" style="rounded=1;whiteSpace=wrap;html=1;fillColor=#d5e8d4;strokeColor=#82b366;fontSize=11;" value="&lt;b&gt;Output Logits&lt;/b&gt;&lt;br&gt;2-class (binary)&lt;br&gt;Class 0 vs Class 1" vertex="1">
          <mxGeometry height="65" width="180" x="490" y="2883" as="geometry" />
        </mxCell>
        <mxCell id="e2_in_cfe" edge="1" parent="1" source="p2_input" style="edgeStyle=orthogonalEdgeStyle;" target="p2_block1">
          <mxGeometry relative="1" as="geometry" />
        </mxCell>
        <mxCell id="e2_x2_reduce" edge="1" parent="1" source="p2_block2" style="edgeStyle=orthogonalEdgeStyle;" target="p2_reduce">
          <mxGeometry relative="1" as="geometry">
            <Array as="points">
              <mxPoint x="400" y="2208" />
              <mxPoint x="200" y="2208" />
            </Array>
          </mxGeometry>
        </mxCell>
        <mxCell id="e2_x4_gap" edge="1" parent="1" source="p2_block4" style="edgeStyle=orthogonalEdgeStyle;" target="p2_gap">
          <mxGeometry relative="1" as="geometry" />
        </mxCell>
        <mxCell id="e2_reduce_qc" edge="1" parent="1" source="p2_reduce" style="edgeStyle=orthogonalEdgeStyle;" target="p2_tanh">
          <mxGeometry relative="1" as="geometry" />
        </mxCell>
        <mxCell id="e2_tanh_ry" edge="1" parent="1" source="p2_tanh" style="edgeStyle=orthogonalEdgeStyle;" target="p2_ry_in">
          <mxGeometry relative="1" as="geometry" />
        </mxCell>
        <mxCell id="e2_ry_ryw" edge="1" parent="1" source="p2_ry_in" style="edgeStyle=orthogonalEdgeStyle;" target="p2_ry_w">
          <mxGeometry relative="1" as="geometry" />
        </mxCell>
        <mxCell id="e2_ryw_cnot" edge="1" parent="1" source="p2_ry_w" style="edgeStyle=orthogonalEdgeStyle;" target="p2_cnot">
          <mxGeometry relative="1" as="geometry" />
        </mxCell>
        <mxCell id="e2_cnot_meas" edge="1" parent="1" source="p2_cnot" style="edgeStyle=orthogonalEdgeStyle;" target="p2_measure">
          <mxGeometry relative="1" as="geometry" />
        </mxCell>
        <mxCell id="e2_meas_pool" edge="1" parent="1" source="p2_measure" style="edgeStyle=orthogonalEdgeStyle;" target="p2_qmeanpool">
          <mxGeometry relative="1" as="geometry" />
        </mxCell>
        <mxCell id="e2_pool_cat" edge="1" parent="1" source="p2_qmeanpool" style="edgeStyle=orthogonalEdgeStyle;" target="p2_concat">
          <mxGeometry relative="1" as="geometry" />
        </mxCell>
        <mxCell id="e2_gap_cat" edge="1" parent="1" source="p2_gap" style="edgeStyle=orthogonalEdgeStyle;" target="p2_concat">
          <mxGeometry relative="1" as="geometry" />
        </mxCell>
        <mxCell id="e2_cat_fc" edge="1" parent="1" source="p2_concat" style="edgeStyle=orthogonalEdgeStyle;" target="p2_fc_cls">
          <mxGeometry relative="1" as="geometry" />
        </mxCell>
        <mxCell id="e2_fc_out" edge="1" parent="1" source="p2_fc_cls" style="edgeStyle=orthogonalEdgeStyle;" target="p2_output">
          <mxGeometry relative="1" as="geometry" />
        </mxCell>
        <mxCell id="rbMJlOKiw_LcxRoLSqO6-1" parent="1" style="rounded=1;whiteSpace=wrap;fillColor=#dae8fc;strokeColor=#6c8ebf;fontSize=18;fontFamily=Times New Roman;labelBackgroundColor=none;labelBorderColor=none;textShadow=0;strokeWidth=3;" value="" vertex="1">
          <mxGeometry height="30" width="35" x="65" y="321" as="geometry" />
        </mxCell>
        <mxCell id="rbMJlOKiw_LcxRoLSqO6-2" parent="1" style="rounded=1;whiteSpace=wrap;fillColor=#ffe6cc;strokeColor=#d79b00;fontSize=18;fontFamily=Times New Roman;labelBackgroundColor=none;labelBorderColor=none;textShadow=0;strokeWidth=3;" value="" vertex="1">
          <mxGeometry height="30" width="35" x="65" y="361" as="geometry" />
        </mxCell>
        <mxCell id="rbMJlOKiw_LcxRoLSqO6-4" parent="1" style="rounded=1;whiteSpace=wrap;fillColor=#e1d5e7;strokeColor=#9673a6;fontSize=18;fontFamily=Times New Roman;labelBackgroundColor=none;labelBorderColor=none;textShadow=0;strokeWidth=3;" value="" vertex="1">
          <mxGeometry height="31" width="35" x="65" y="400" as="geometry" />
        </mxCell>
        <mxCell id="rbMJlOKiw_LcxRoLSqO6-5" parent="1" style="text;whiteSpace=wrap;html=1;" value="&lt;font face=&quot;Times New Roman&quot; style=&quot;font-size: 20px;&quot;&gt;&lt;b style=&quot;&quot;&gt;Conv Blocks&lt;/b&gt;&lt;/font&gt;" vertex="1">
          <mxGeometry height="50" width="110" x="110" y="318" as="geometry" />
        </mxCell>
        <mxCell id="rbMJlOKiw_LcxRoLSqO6-6" parent="1" style="text;whiteSpace=wrap;html=1;" value="&lt;font face=&quot;Times New Roman&quot; style=&quot;font-size: 20px;&quot;&gt;&lt;b style=&quot;&quot;&gt;Fully Connected Layers&lt;/b&gt;&lt;/font&gt;" vertex="1">
          <mxGeometry height="37" width="240" x="110" y="397" as="geometry" />
        </mxCell>
        <mxCell id="rbMJlOKiw_LcxRoLSqO6-8" parent="1" style="text;whiteSpace=wrap;html=1;" value="&lt;font face=&quot;Times New Roman&quot;&gt;&lt;span style=&quot;font-size: 20px;&quot;&gt;&lt;b&gt;Regularization&amp;nbsp;&lt;/b&gt;&lt;/span&gt;&lt;/font&gt;" vertex="1">
          <mxGeometry height="37" width="240" x="110" y="357.5" as="geometry" />
        </mxCell>
        <mxCell id="7xgefnLwtTUkMucSLCaU-5" edge="1" parent="1" style="edgeStyle=orthogonalEdgeStyle;fontFamily=Times New Roman;fontSize=18;strokeWidth=3;exitX=1.007;exitY=0.355;exitDx=0;exitDy=0;exitPerimeter=0;entryX=-0.002;entryY=0.56;entryDx=0;entryDy=0;entryPerimeter=0;endArrow=classicThin;endFill=1;" target="p1_tc">
          <mxGeometry relative="1" as="geometry">
            <mxPoint x="655" y="1258.17" as="sourcePoint" />
            <mxPoint x="701" y="1257.17" as="targetPoint" />
          </mxGeometry>
        </mxCell>
        <mxCell id="7xgefnLwtTUkMucSLCaU-6" edge="1" parent="1" source="p1_tc" style="edgeStyle=orthogonalEdgeStyle;fontFamily=Times New Roman;fontSize=18;strokeWidth=3;exitX=0.998;exitY=0.447;exitDx=0;exitDy=0;exitPerimeter=0;entryX=0;entryY=0.614;entryDx=0;entryDy=0;entryPerimeter=0;" target="p1_fc3">
          <mxGeometry relative="1" as="geometry">
            <mxPoint x="880" y="1258.17" as="sourcePoint" />
            <mxPoint x="926" y="1257.17" as="targetPoint" />
          </mxGeometry>
        </mxCell>
-         <mxCell id="7xgefnLwtTUkMucSLCaU-7" edge="1" parent="1" style="edgeStyle=orthogonalEdgeStyle;fontFamily=Times New Roman;fontSize=18;strokeWidth=3;exitX=0.998;exitY=0.447;exitDx=0;exitDy=0;exitPerimeter=0;entryX=0;entryY=0.614;entryDx=0;entryDy=0;entryPerimeter=0;">
-           <mxGeometry relative="1" as="geometry">
-             <mxPoint x="877" y="972.23" as="sourcePoint" />
+         <mxCell id="7xgefnLwtTUkMucSLCaU-7" edge="1" parent="1" source="p1_dropout" style="edgeStyle=orthogonalEdgeStyle;fontFamily=Times New Roman;fontSize=18;strokeWidth=3;entryX=0;entryY=0.614;entryDx=0;entryDy=0;entryPerimeter=0;exitX=1;exitY=0.5;exitDx=0;exitDy=0;">
+           <mxGeometry relative="1" as="geometry">
+             <mxPoint x="900" y="972" as="sourcePoint" />
            <mxPoint x="947" y="972.23" as="targetPoint" />
          </mxGeometry>
        </mxCell>
-         <mxCell id="7xgefnLwtTUkMucSLCaU-8" parent="1" style="text;whiteSpace=wrap;html=1;" value="Classical Preprocessing&lt;div style=&quot;forced-color-adjust: none;&quot;&gt;&lt;br style=&quot;forced-color-adjust: none; color: rgb(0, 0, 0); font-family: &amp;quot;Times New Roman&amp;quot;; font-size: 18px; font-style: normal; font-variant-ligatures: normal; font-variant-caps: normal; font-weight: 700; letter-spacing: normal; orphans: 2; text-align: center; text-indent: 0px; text-transform: none; widows: 2; word-spacing: 0px; -webkit-text-stroke-width: 0px; white-space: normal; background-color: rgb(236, 236, 236); text-decoration-thickness: initial; text-decoration-style: initial; text-decoration-color: initial;&quot;&gt;&#xa;&#xa;&lt;/div&gt;" vertex="1">
-           <mxGeometry height="80" width="160" x="930" y="860" as="geometry" />
+         <mxCell id="7xgefnLwtTUkMucSLCaU-8" parent="1" style="text;whiteSpace=wrap;html=1;fontFamily=Times New Roman;fontSize=23;fontStyle=1;strokeWidth=1;perimeterSpacing=1;rounded=1;shadow=0;glass=0;" value="Classical Preprocessing" vertex="1">
+           <mxGeometry height="32" width="250" x="20" y="897.5" as="geometry" />
+         </mxCell>
+         <mxCell id="7xgefnLwtTUkMucSLCaU-14" parent="1" style="rounded=1;whiteSpace=wrap;fillColor=#dae8fc;strokeColor=#6c8ebf;fontSize=18;fontFamily=Times New Roman;labelBackgroundColor=none;labelBorderColor=none;textShadow=0;strokeWidth=3;" value="" vertex="1">
+           <mxGeometry height="14.5" width="40" x="17.5" y="1016.5" as="geometry" />
+         </mxCell>
+         <mxCell id="7xgefnLwtTUkMucSLCaU-15" parent="1" style="rounded=1;whiteSpace=wrap;fillColor=#ffe6cc;strokeColor=#d79b00;fontSize=18;fontFamily=Times New Roman;labelBackgroundColor=none;labelBorderColor=none;textShadow=0;strokeWidth=3;" value="" vertex="1">
+           <mxGeometry height="10" width="40" x="17.5" y="1065.5" as="geometry" />
+         </mxCell>
+         <mxCell id="7xgefnLwtTUkMucSLCaU-16" parent="1" style="rounded=1;whiteSpace=wrap;fillColor=#f8cecc;strokeColor=#b85450;fontSize=18;fontFamily=Times New Roman;labelBackgroundColor=none;labelBorderColor=none;textShadow=0;strokeWidth=3;" value="" vertex="1">
+           <mxGeometry height="12" width="40" x="17.5" y="1041.25" as="geometry" />
+         </mxCell>
+         <mxCell id="7xgefnLwtTUkMucSLCaU-17" parent="1" style="text;whiteSpace=wrap;html=1;align=left;fontSize=18;" value="&lt;font face=&quot;Times New Roman&quot;&gt;&lt;b&gt;Conv Blocks&lt;/b&gt;&lt;/font&gt;" vertex="1">
+           <mxGeometry height="30" width="110" x="60" y="1006.25" as="geometry" />
+         </mxCell>
+         <mxCell id="7xgefnLwtTUkMucSLCaU-18" parent="1" style="text;whiteSpace=wrap;html=1;" value="&lt;font face=&quot;Times New Roman&quot; style=&quot;font-size: 18px;&quot;&gt;&lt;b style=&quot;&quot;&gt;Fully Connected Layers&lt;/b&gt;&lt;/font&gt;" vertex="1">
+           <mxGeometry height="37" width="240" x="60" y="1028.75" as="geometry" />
+         </mxCell>
+         <mxCell id="7xgefnLwtTUkMucSLCaU-19" parent="1" style="text;whiteSpace=wrap;html=1;" value="&lt;font face=&quot;Times New Roman&quot; style=&quot;font-size: 18px;&quot;&gt;&lt;b style=&quot;&quot;&gt;Regularization&amp;nbsp;&lt;/b&gt;&lt;/font&gt;" vertex="1">
+           <mxGeometry height="37" width="240" x="60" y="1052.25" as="geometry" />
+         </mxCell>
+         <mxCell id="7xgefnLwtTUkMucSLCaU-20" parent="1" style="text;whiteSpace=wrap;html=1;fontSize=18;fontFamily=Times New Roman;fontStyle=1" value="&lt;span style=&quot;white-space: nowrap;&quot;&gt;Torch bridge&lt;/span&gt;" vertex="1">
+           <mxGeometry height="37" width="240" x="60" y="1075.5" as="geometry" />
+         </mxCell>
+         <mxCell id="7xgefnLwtTUkMucSLCaU-21" parent="1" style="rounded=1;whiteSpace=wrap;html=1;fillColor=#fff2cc;strokeColor=#d6b656;fontSize=18;fontFamily=Times New Roman;strokeWidth=3;" value="" vertex="1">
+           <mxGeometry height="11.5" width="40" x="17.5" y="1088.25" as="geometry" />
        </mxCell>
      </root>
    </mxGraphModel>
  </diagram>
</mxfile>
